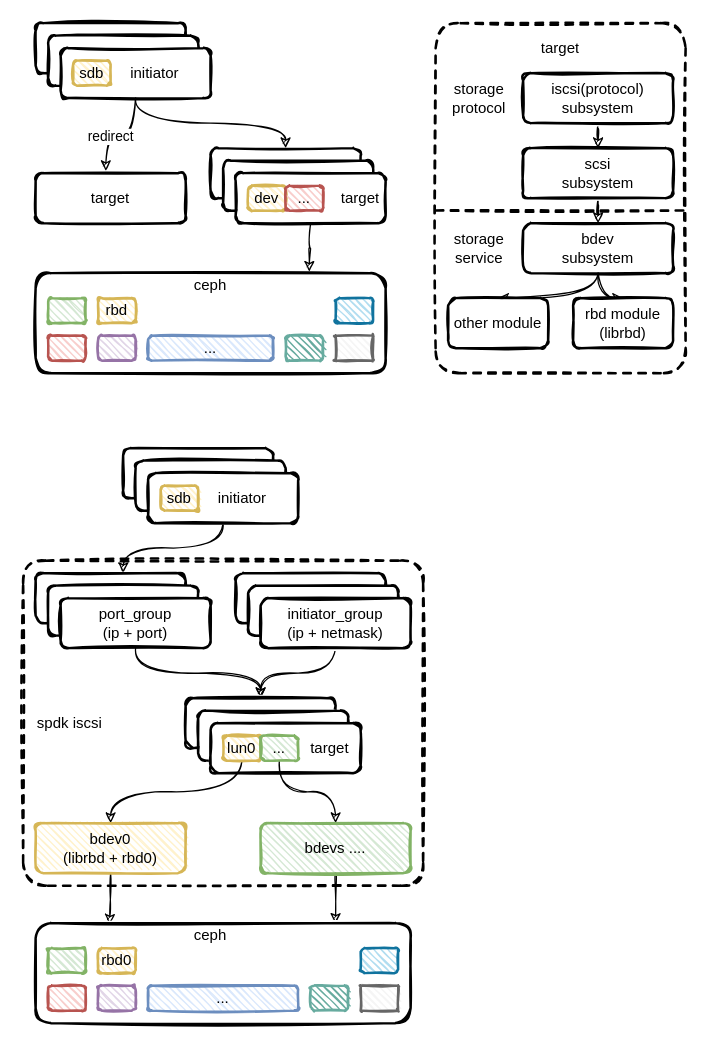
The draw.io diagram page "spdk_ceph" (1 of 2) of spdk/spdk_iscsi.drawio in EarthWind/deeparch, before the edit. Source tidied: cells renumbered, new cells numbered last; positions are measured from the earlier drawing's top-left corner, leaving out a move shared by most shapes. Both pictures are drawn from the tidied source at 125%, with x=0, y=0 at pixel (22, 22).
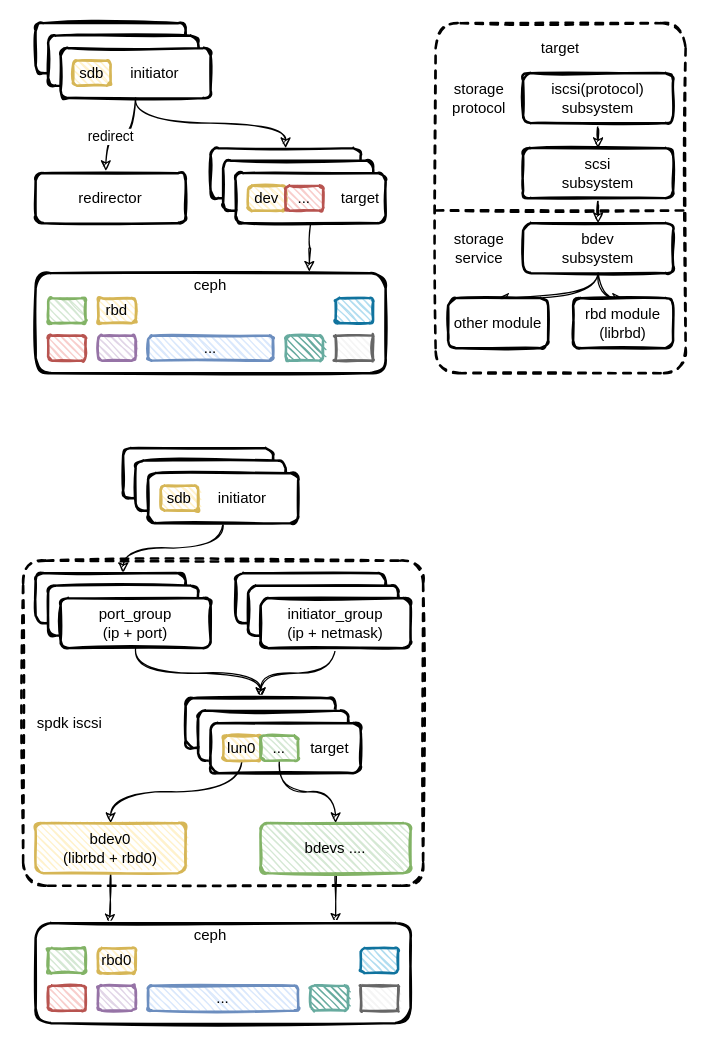
The same page after the edit.

What changed in the source:
```diff
@@
-    <mxCell id="46" value="target" style="rounded=1;whiteSpace=wrap;html=1;strokeWidth=2;fillWeight=4;hachureGap=8;hachureAngle=45;sketch=1;shadow=0;fontSize=12;fontColor=#000000;fillColor=#FFFFFF;" parent="1" vertex="1">
+    <mxCell id="46" value="redirector" style="rounded=1;whiteSpace=wrap;html=1;strokeWidth=2;fillWeight=4;hachureGap=8;hachureAngle=45;sketch=1;shadow=0;fontSize=12;fontColor=#000000;fillColor=#FFFFFF;" parent="1" vertex="1">
       <mxGeometry x="10" y="120" width="120" height="40" as="geometry" />
     </mxCell>
```
